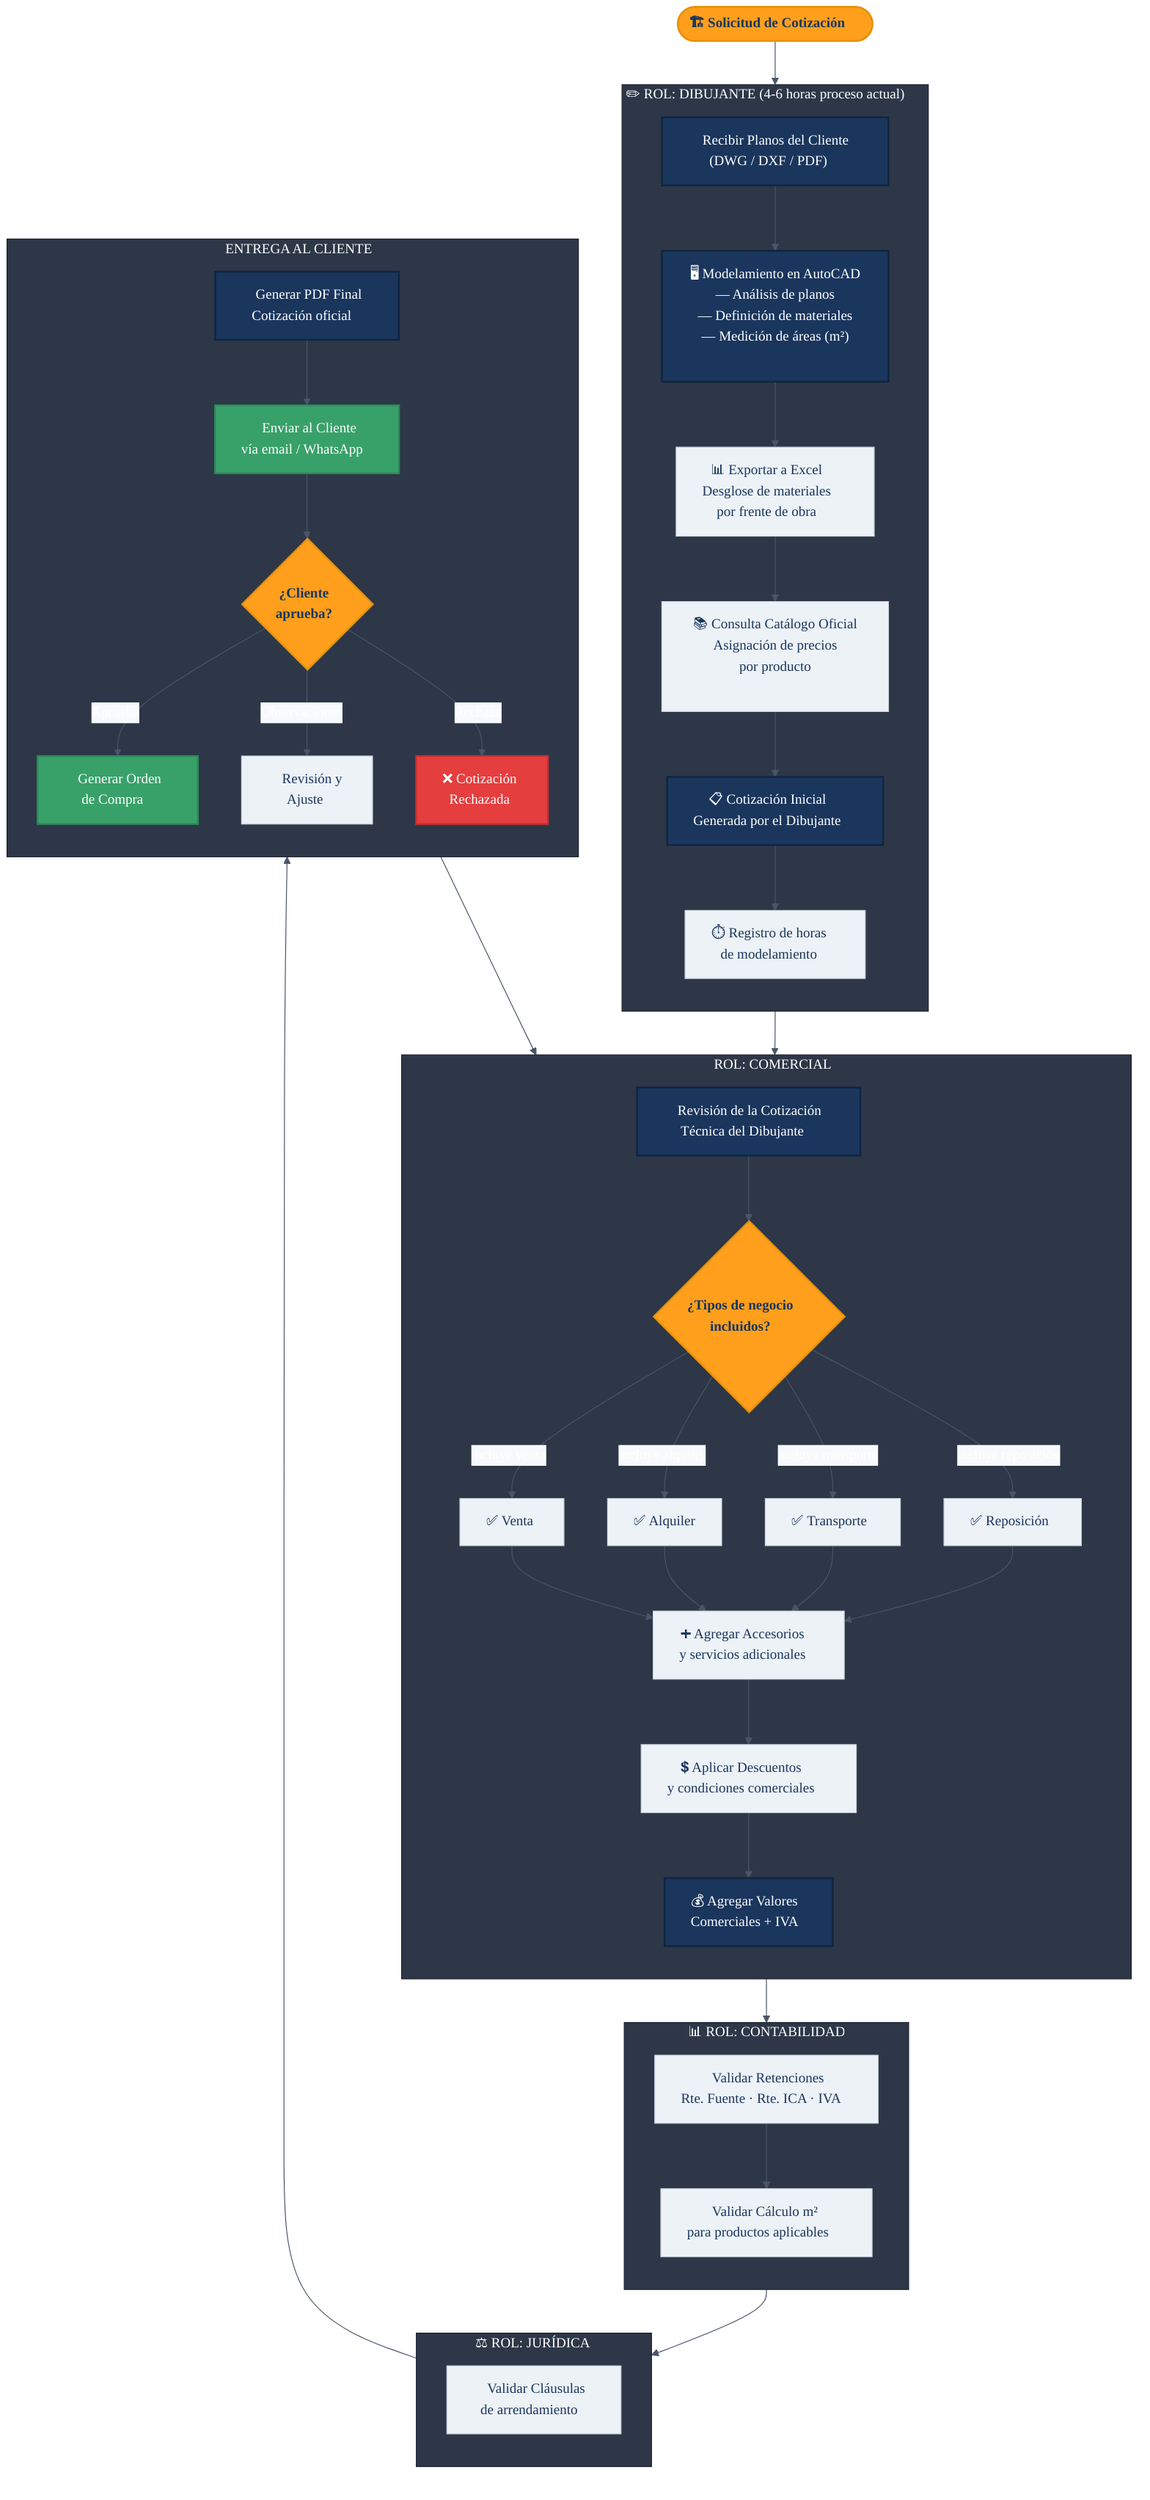
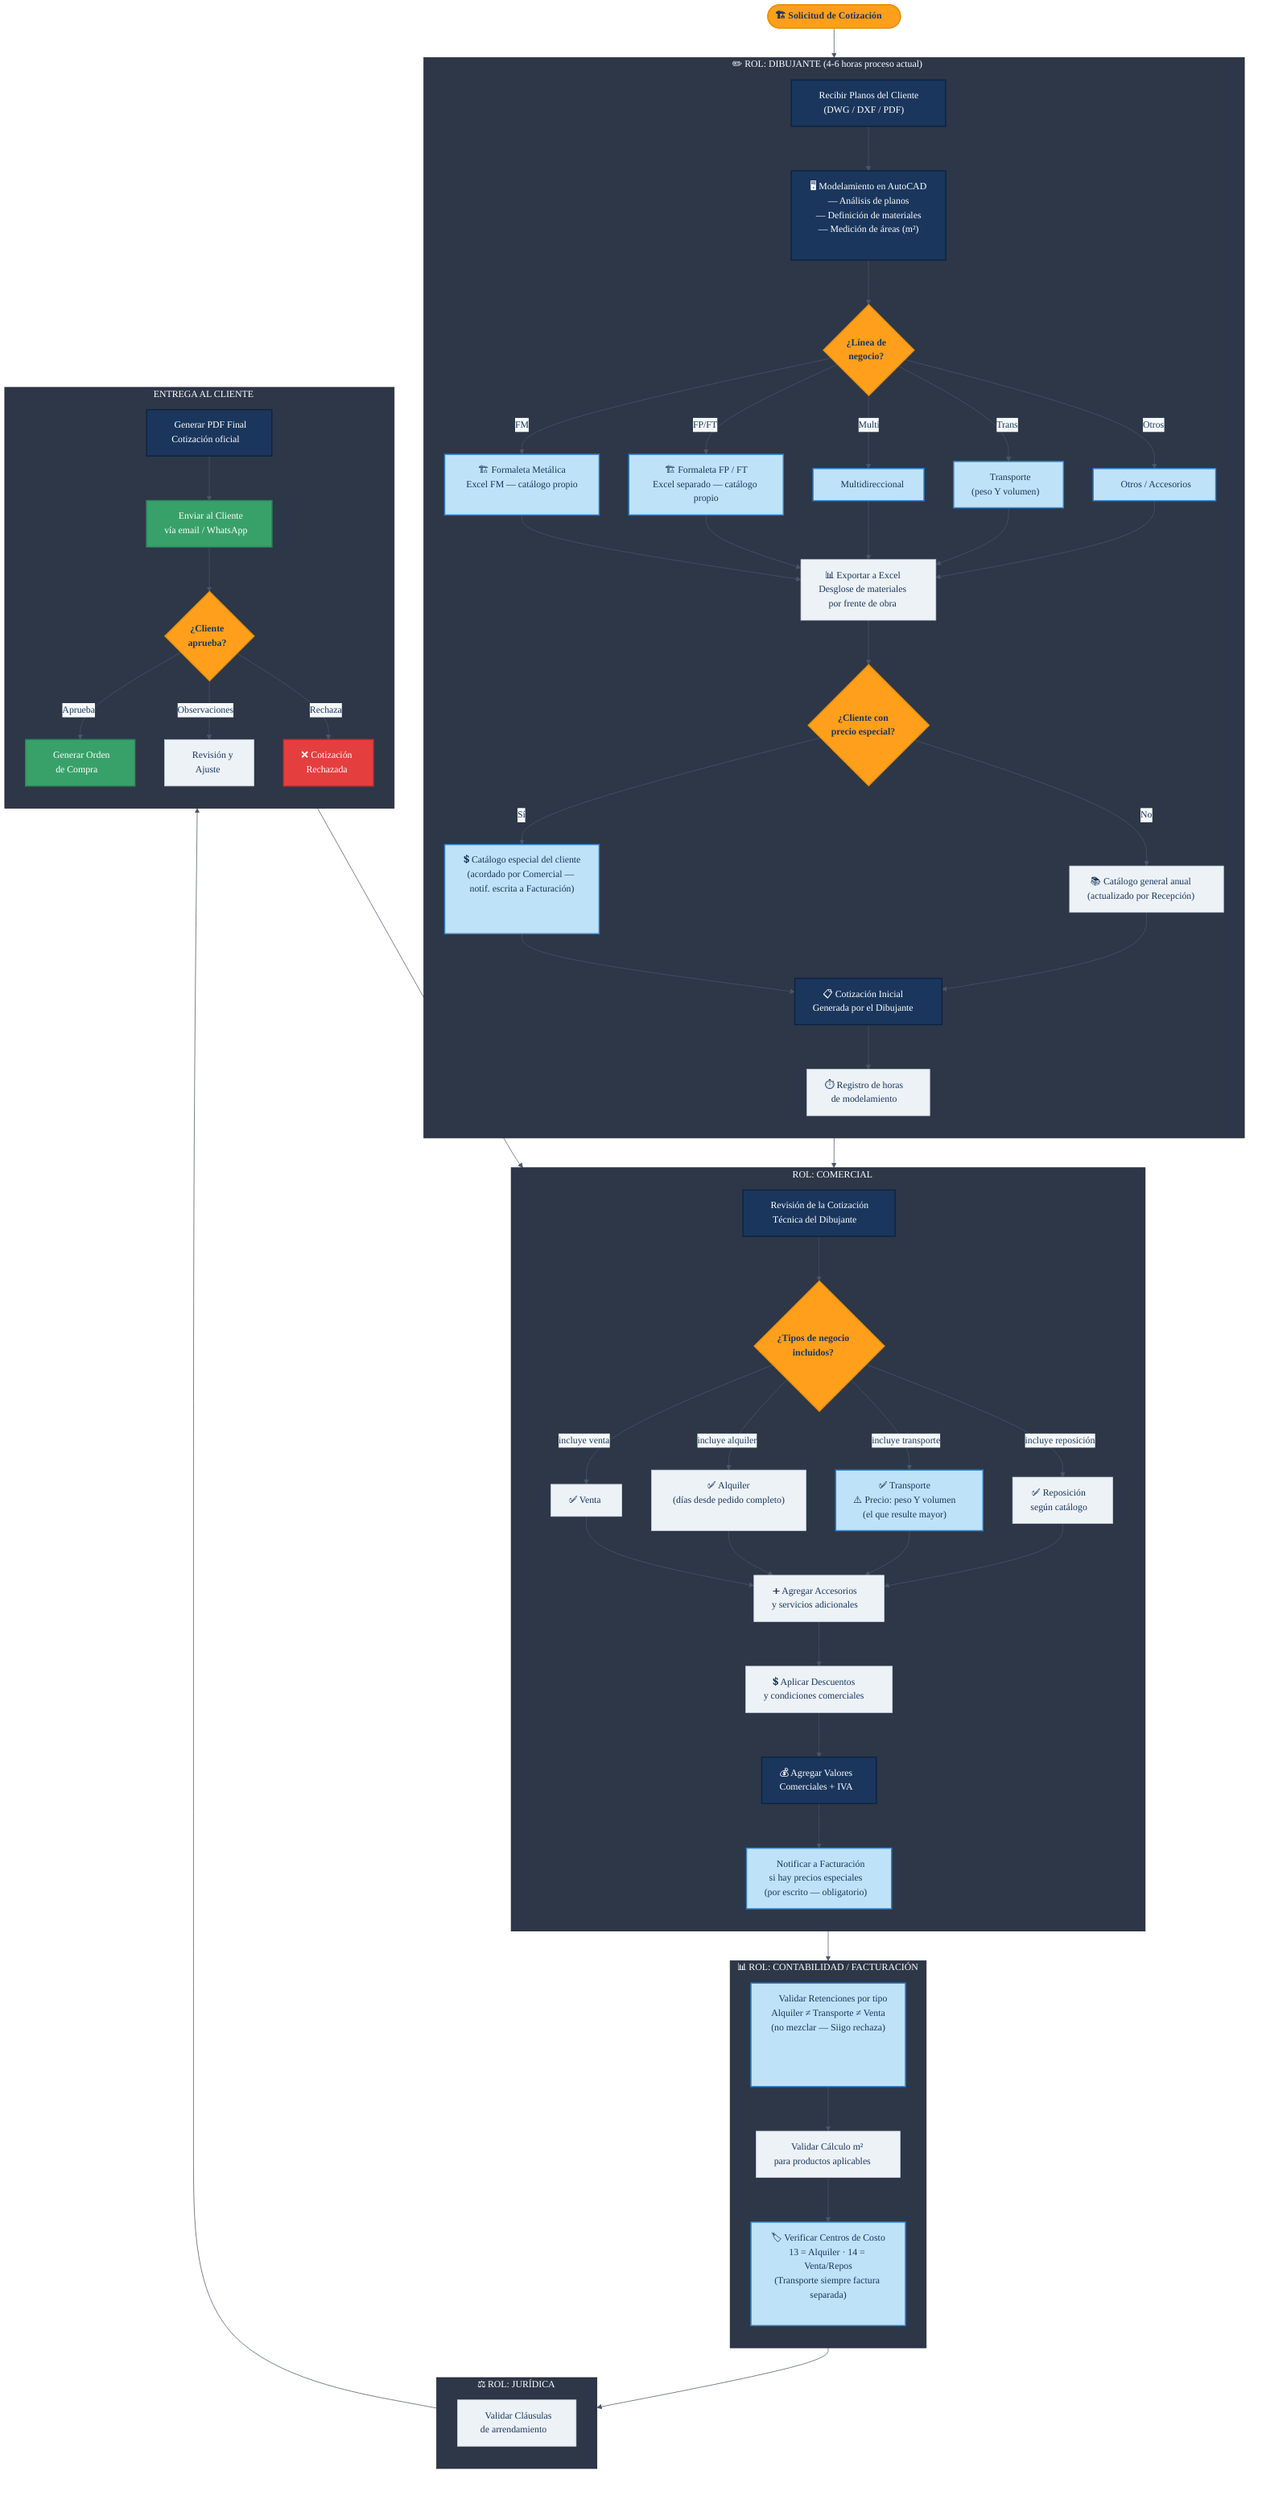
%%{init: {
  'theme': 'base',
  'themeVariables': {
    'primaryColor': '#1A365D',
    'primaryTextColor': '#FFFFFF',
    'primaryBorderColor': '#1A365D',
    'lineColor': '#4A5568',
    'secondaryColor': '#EDF2F7',
    'clusterBkg': '#2D3748',
    'clusterBorder': '#1A202C',
    'titleColor': '#FFFFFF',
    'edgeLabelBackground': '#F7FAFC',
    'fontFamily': 'Montserrat, sans-serif'
  }
}}%%

flowchart TD
    classDef azul       fill:#1A365D,color:#FFFFFF,stroke:#0F2440,stroke-width:2px
    classDef naranja     fill:#FF9F1C,color:#1A365D,stroke:#E8910A,stroke-width:2px,font-weight:bold
    classDef gris        fill:#4A5568,color:#FFFFFF,stroke:#2D3748,stroke-width:1px
    classDef grisClaro   fill:#EDF2F7,color:#1A365D,stroke:#CBD5E0,stroke-width:1px
    classDef exito       fill:#38A169,color:#FFFFFF,stroke:#2F855A,stroke-width:2px
    classDef peligro     fill:#E53E3E,color:#FFFFFF,stroke:#C53030,stroke-width:2px
+     classDef nuevo       fill:#BEE3F8,color:#1A365D,stroke:#3182CE,stroke-width:2px
+ 
+     linkStyle default color:#1A365D

    INICIO(["🏗️ Solicitud de Cotización"]):::naranja

    subgraph DIBUJANTE["✏️  ROL: DIBUJANTE (4-6 horas proceso actual)"]
        direction TB
        PLANOS["📐 Recibir Planos del Cliente\n(DWG / DXF / PDF)"]:::azul
        AUTOCAD["🖥️ Modelamiento en AutoCAD\n― Análisis de planos\n― Definición de materiales\n― Medición de áreas (m²)"]:::azul
+         LINEAQ{"¿Línea de\nnegocio?"}:::naranja
+         LN_FM["🏗️ Formaleta Metálica\nExcel FM — catálogo propio"]:::nuevo
+         LN_FP["🏗️ Formaleta FP / FT\nExcel separado — catálogo propio"]:::nuevo
+         LN_MD["🔩 Multidireccional"]:::nuevo
+         LN_TR["🚛 Transporte\n(peso Y volumen)"]:::nuevo
+         LN_OT["🔧 Otros / Accesorios"]:::nuevo
        EXCEL["📊 Exportar a Excel\nDesglose de materiales\npor frente de obra"]:::grisClaro
-         CATALOG["📚 Consulta Catálogo Oficial\nAsignación de precios\npor producto"]:::grisClaro
+         CATQ{"¿Cliente con\nprecio especial?"}:::naranja
+         CAT_ESP["💲 Catálogo especial del cliente\n(acordado por Comercial — notif. escrita a Facturación)"]:::nuevo
+         CAT_GEN["📚 Catálogo general anual\n(actualizado por Recepción)"]:::grisClaro
        COTINI["📋 Cotización Inicial\nGenerada por el Dibujante"]:::azul
        HORAS["⏱️ Registro de horas\nde modelamiento"]:::grisClaro
    end

    subgraph COMERCIAL["💼  ROL: COMERCIAL"]
        direction TB
        REVCOM["👀 Revisión de la Cotización\nTécnica del Dibujante"]:::azul
        TIPONEQ{"¿Tipos de negocio\nincluidos?"}:::naranja
        TV["✅ Venta"]:::grisClaro
-         TA["✅ Alquiler"]:::grisClaro
-         TT["✅ Transporte"]:::grisClaro
-         TR["✅ Reposición"]:::grisClaro
+         TA["✅ Alquiler\n(días desde pedido completo)"]:::grisClaro
+         TT["✅ Transporte\n⚠️ Precio: peso Y volumen\n(el que resulte mayor)"]:::nuevo
+         TR["✅ Reposición\nsegún catálogo"]:::grisClaro
        ACCESORIOS["➕ Agregar Accesorios\ny servicios adicionales"]:::grisClaro
        DESCUENTO["💲 Aplicar Descuentos\ny condiciones comerciales"]:::grisClaro
        VALCOM["💰 Agregar Valores\nComerciales + IVA"]:::azul
+         NOTIF_FAC["📧 Notificar a Facturación\nsi hay precios especiales\n(por escrito — obligatorio)"]:::nuevo
    end

-     subgraph CONTABILIDAD_REV["📊  ROL: CONTABILIDAD"]
+     subgraph CONTABILIDAD_REV["📊  ROL: CONTABILIDAD / FACTURACIÓN"]
        direction TB
-         RETENC["🧾 Validar Retenciones\nRte. Fuente · Rte. ICA · IVA"]:::grisClaro
+         RETENC["🧾 Validar Retenciones por tipo\nAlquiler ≠ Transporte ≠ Venta\n(no mezclar — Siigo rechaza)"]:::nuevo
        M2["📐 Validar Cálculo m²\npara productos aplicables"]:::grisClaro
+         CCOSTO["🏷️ Verificar Centros de Costo\n13 = Alquiler · 14 = Venta/Repos\n(Transporte siempre factura separada)"]:::nuevo
    end

    subgraph JURIDICA_REV["⚖️  ROL: JURÍDICA"]
        direction TB
        COND["📜 Validar Cláusulas\nde arrendamiento"]:::grisClaro
    end

    subgraph SALIDA["📄  ENTREGA AL CLIENTE"]
        direction TB
        PDF["📄 Generar PDF Final\nCotización oficial"]:::azul
        ENVIO["📧 Enviar al Cliente\nvía email / WhatsApp"]:::exito
        RESPQ{"¿Cliente\naprueba?"}:::naranja
        ORDEN["📝 Generar Orden\nde Compra"]:::exito
        RECHAZA["❌ Cotización\nRechazada"]:::peligro
        REVISION["🔄 Revisión y\nAjuste"]:::grisClaro
    end

    %% ── FLUJO
    INICIO --> PLANOS
    PLANOS --> AUTOCAD
-     AUTOCAD --> EXCEL
-     EXCEL --> CATALOG
-     CATALOG --> COTINI
+     AUTOCAD --> LINEAQ
+     LINEAQ -->|"FM"| LN_FM
+     LINEAQ -->|"FP/FT"| LN_FP
+     LINEAQ -->|"Multi"| LN_MD
+     LINEAQ -->|"Trans"| LN_TR
+     LINEAQ -->|"Otros"| LN_OT
+     LN_FM & LN_FP & LN_MD & LN_TR & LN_OT --> EXCEL
+     EXCEL --> CATQ
+     CATQ -->|"Sí"| CAT_ESP
+     CATQ -->|"No"| CAT_GEN
+     CAT_ESP & CAT_GEN --> COTINI
    COTINI --> HORAS
    HORAS --> REVCOM

    REVCOM --> TIPONEQ
    TIPONEQ -->|"incluye venta"| TV
    TIPONEQ -->|"incluye alquiler"| TA
    TIPONEQ -->|"incluye transporte"| TT
    TIPONEQ -->|"incluye reposición"| TR
    TV & TA & TT & TR --> ACCESORIOS
    ACCESORIOS --> DESCUENTO
    DESCUENTO --> VALCOM
+     VALCOM --> NOTIF_FAC

-     VALCOM --> RETENC
+     NOTIF_FAC --> RETENC
    RETENC --> M2
-     M2 --> COND
+     M2 --> CCOSTO
+     CCOSTO --> COND
    COND --> PDF

    PDF --> ENVIO
    ENVIO --> RESPQ
    RESPQ -->|"Aprueba"| ORDEN
    RESPQ -->|"Observaciones"| REVISION
    RESPQ -->|"Rechaza"| RECHAZA
    REVISION --> REVCOM
